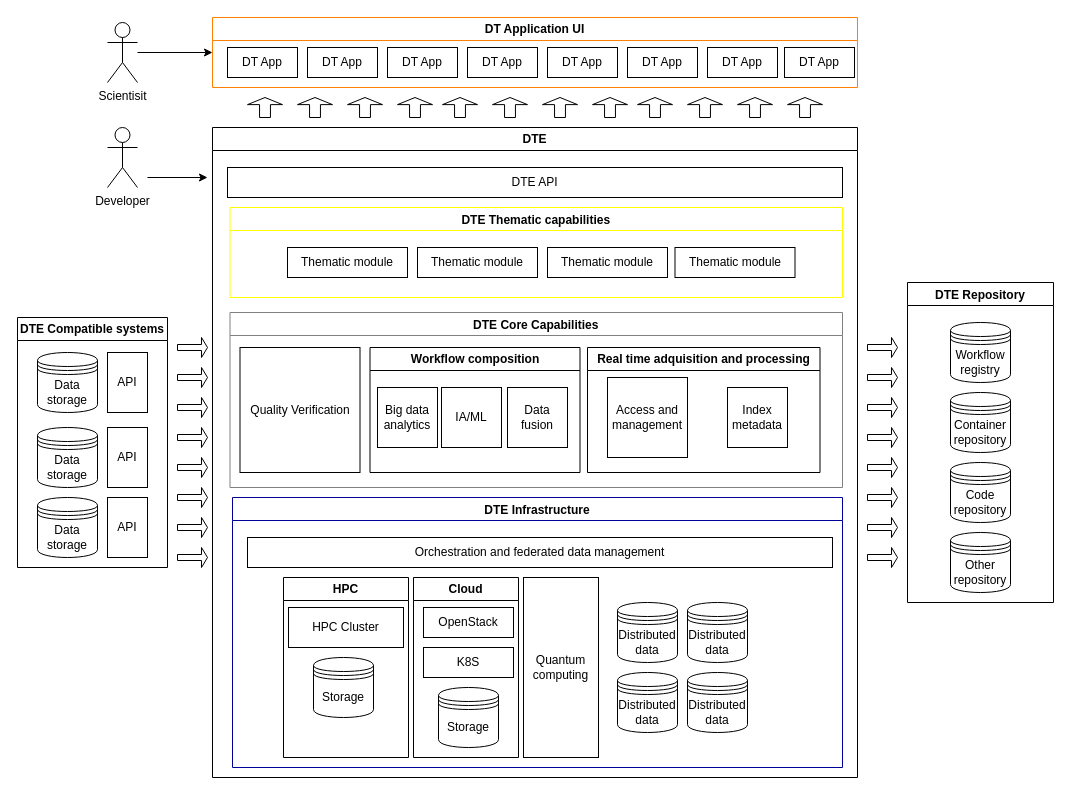
Above: DTE/General.drawio in interTwin-eu/architecture-diagrams (draw.io), before the change. Source tidied: cells renumbered, new cells numbered last; positions are measured from the earlier drawing's top-left corner, leaving out a move shared by most shapes. Both pictures are drawn from the tidied source at 100%, with x=0, y=0 at pixel (17, 17).
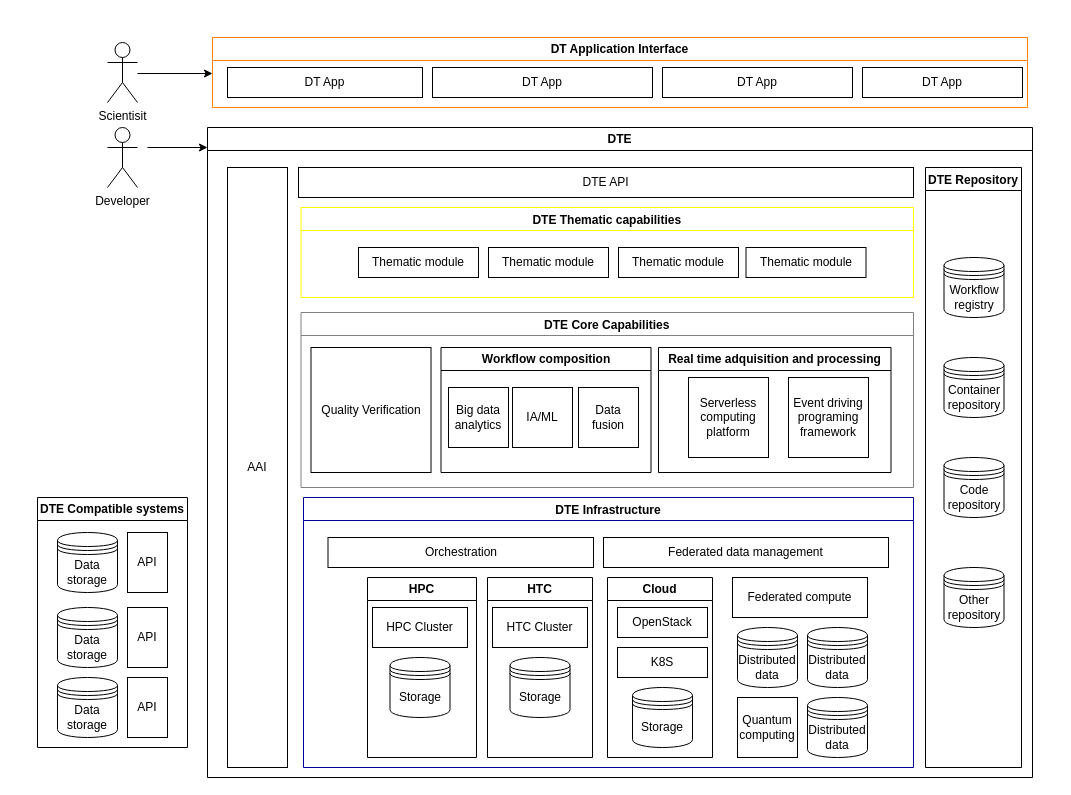
The same page after the edit.

Commit message:
general view

The change refers to these unchanged cells:
```xml
<mxCell id="26" value="Real time adquisition and processing" style="swimlane;whiteSpace=wrap;html=1;" parent="20" vertex="1">
  <mxGeometry x="357.5" y="35" width="232.5" height="125" as="geometry" />
</mxCell>
```

Diff of the diagram source:
```diff
@@
-    <mxCell id="2" value="DT Application UI" style="swimlane;whiteSpace=wrap;html=1;strokeColor=#FF8000;" parent="1" vertex="1">
-      <mxGeometry x="195" width="645" height="70" as="geometry" />
+    <mxCell id="2" value="DT Application Interface" style="swimlane;whiteSpace=wrap;html=1;strokeColor=#FF8000;" parent="1" vertex="1">
+      <mxGeometry x="195" y="20" width="815" height="70" as="geometry" />
     </mxCell>
-    <mxCell id="3" value="DT App" style="rounded=0;whiteSpace=wrap;html=1;" parent="2" vertex="1">
-      <mxGeometry x="15" y="30" width="70" height="30" as="geometry" />
-    </mxCell>
-    <mxCell id="4" value="DT App" style="rounded=0;whiteSpace=wrap;html=1;" parent="2" vertex="1">
-      <mxGeometry x="95" y="30" width="70" height="30" as="geometry" />
-    </mxCell>
-    <mxCell id="5" value="DT App" style="rounded=0;whiteSpace=wrap;html=1;" parent="2" vertex="1">
-      <mxGeometry x="175" y="30" width="70" height="30" as="geometry" />
-    </mxCell>
-    <mxCell id="6" value="DT App" style="rounded=0;whiteSpace=wrap;html=1;" parent="2" vertex="1">
-      <mxGeometry x="255" y="30" width="70" height="30" as="geometry" />
-    </mxCell>
-    <mxCell id="7" value="DT App" style="rounded=0;whiteSpace=wrap;html=1;" parent="2" vertex="1">
-      <mxGeometry x="335" y="30" width="70" height="30" as="geometry" />
-    </mxCell>
-    <mxCell id="8" value="DT App" style="rounded=0;whiteSpace=wrap;html=1;" parent="2" vertex="1">
-      <mxGeometry x="415" y="30" width="70" height="30" as="geometry" />
-    </mxCell>
-    <mxCell id="9" value="DT App" style="rounded=0;whiteSpace=wrap;html=1;" parent="2" vertex="1">
-      <mxGeometry x="495" y="30" width="70" height="30" as="geometry" />
-    </mxCell>
-    <mxCell id="10" value="DT App" style="rounded=0;whiteSpace=wrap;html=1;" parent="2" vertex="1">
-      <mxGeometry x="572" y="30" width="70" height="30" as="geometry" />
-    </mxCell>
+    <mxCell id="85" value="DT App" style="rounded=0;whiteSpace=wrap;html=1;" parent="2" vertex="1">
+      <mxGeometry x="15" y="30" width="195" height="30" as="geometry" />
+    </mxCell>
+    <mxCell id="86" value="DT App" style="rounded=0;whiteSpace=wrap;html=1;" parent="2" vertex="1">
+      <mxGeometry x="220" y="30" width="220" height="30" as="geometry" />
+    </mxCell>
+    <mxCell id="87" value="DT App" style="rounded=0;whiteSpace=wrap;html=1;" parent="2" vertex="1">
+      <mxGeometry x="450" y="30" width="190" height="30" as="geometry" />
+    </mxCell>
+    <mxCell id="88" value="DT App" style="rounded=0;whiteSpace=wrap;html=1;" parent="2" vertex="1">
+      <mxGeometry x="650" y="30" width="160" height="30" as="geometry" />
+    </mxCell>
     <mxCell id="11" value="Scientisit" style="shape=umlActor;verticalLabelPosition=bottom;verticalAlign=top;html=1;outlineConnect=0;" parent="1" vertex="1">
-      <mxGeometry x="90" y="5" width="30" height="60" as="geometry" />
+      <mxGeometry x="90" y="25" width="30" height="60" as="geometry" />
     </mxCell>
-    <mxCell id="12" style="endArrow=classic;html=1;rounded=0;entryX=0;entryY=0.5;entryDx=0;entryDy=0;" parent="1" edge="1" source="11" target="2">
-      <mxGeometry relative="1" as="geometry" />
+    <mxCell id="12" style="endArrow=classic;html=1;rounded=0;entryX=0;entryY=0.5;entryDx=0;entryDy=0;" parent="1" edge="1">
+      <mxGeometry relative="1" as="geometry">
+        <mxPoint x="120" y="56" as="sourcePoint" />
+        <mxPoint x="195" y="56" as="targetPoint" />
+      </mxGeometry>
     </mxCell>
     <mxCell id="13" value="DTE" style="swimlane;whiteSpace=wrap;html=1;" parent="1" vertex="1">
-      <mxGeometry x="195" y="110" width="645" height="650" as="geometry" />
+      <mxGeometry x="190" y="110" width="825" height="650" as="geometry" />
     </mxCell>
     <mxCell id="14" value="DTE API" style="rounded=0;whiteSpace=wrap;html=1;" parent="13" vertex="1">
-      <mxGeometry x="15" y="40" width="615" height="30" as="geometry" />
+      <mxGeometry x="91" y="40" width="615" height="30" as="geometry" />
     </mxCell>
     <mxCell id="15" value="DTE Thematic capabilities" style="swimlane;strokeColor=#FFFF00;" parent="13" vertex="1">
-      <mxGeometry x="17.5" y="80" width="612.5" height="90" as="geometry" />
+      <mxGeometry x="93.5" y="80" width="612.5" height="90" as="geometry" />
     </mxCell>
@@
     <mxCell id="20" value="DTE Core Capabilities" style="swimlane;strokeColor=#808080;" parent="13" vertex="1">
-      <mxGeometry x="17.5" y="185" width="612.5" height="175" as="geometry" />
+      <mxGeometry x="93.5" y="185" width="612.5" height="175" as="geometry" />
     </mxCell>
@@
-    <mxCell id="27" value="Access and management" style="whiteSpace=wrap;html=1;" parent="26" vertex="1">
-      <mxGeometry x="20" y="30" width="80" height="80" as="geometry" />
+    <mxCell id="27" value="Serverless computing platform" style="whiteSpace=wrap;html=1;" parent="26" vertex="1">
+      <mxGeometry x="30" y="30" width="80" height="80" as="geometry" />
     </mxCell>
-    <mxCell id="28" value="Index metadata" style="whiteSpace=wrap;html=1;" parent="26" vertex="1">
-      <mxGeometry x="140" y="40" width="60" height="60" as="geometry" />
+    <mxCell id="28" value="Event driving programing framework" style="whiteSpace=wrap;html=1;" parent="26" vertex="1">
+      <mxGeometry x="130" y="30" width="80" height="80" as="geometry" />
     </mxCell>
     <mxCell id="29" value="DTE Infrastructure" style="swimlane;strokeColor=#000099;" parent="13" vertex="1">
-      <mxGeometry x="20" y="370" width="610" height="270" as="geometry" />
+      <mxGeometry x="96" y="370" width="610" height="270" as="geometry" />
     </mxCell>
     <mxCell id="30" value="HPC" style="swimlane;whiteSpace=wrap;html=1;" parent="29" vertex="1">
-      <mxGeometry x="51" y="80" width="125" height="180" as="geometry" />
+      <mxGeometry x="64" y="80" width="109" height="180" as="geometry" />
     </mxCell>
     <mxCell id="31" value="Storage" style="shape=datastore;whiteSpace=wrap;html=1;" parent="30" vertex="1">
-      <mxGeometry x="30" y="80" width="60" height="60" as="geometry" />
+      <mxGeometry x="22.5" y="80" width="60" height="60" as="geometry" />
     </mxCell>
     <mxCell id="32" value="HPC Cluster" style="rounded=0;whiteSpace=wrap;html=1;" parent="30" vertex="1">
-      <mxGeometry x="5" y="30" width="115" height="40" as="geometry" />
+      <mxGeometry x="5" y="30" width="95" height="40" as="geometry" />
     </mxCell>
+    <mxCell id="37" value="Orchestration" style="rounded=0;whiteSpace=wrap;html=1;" parent="29" vertex="1">
+      <mxGeometry x="24.5" y="40" width="265.5" height="30" as="geometry" />
+    </mxCell>
+    <mxCell id="38" value="Quantum&lt;br&gt;computing" style="rounded=0;whiteSpace=wrap;html=1;" parent="29" vertex="1">
+      <mxGeometry x="434" y="200" width="60" height="60" as="geometry" />
+    </mxCell>
+    <mxCell id="39" value="Distributed data" style="shape=datastore;whiteSpace=wrap;html=1;" parent="29" vertex="1">
+      <mxGeometry x="434" y="130" width="60" height="60" as="geometry" />
+    </mxCell>
+    <mxCell id="40" value="Distributed data" style="shape=datastore;whiteSpace=wrap;html=1;" parent="29" vertex="1">
+      <mxGeometry x="504" y="130" width="60" height="60" as="geometry" />
+    </mxCell>
+    <mxCell id="42" value="Distributed data" style="shape=datastore;whiteSpace=wrap;html=1;" parent="29" vertex="1">
+      <mxGeometry x="504" y="200" width="60" height="60" as="geometry" />
+    </mxCell>
+    <mxCell id="89" value="HTC" style="swimlane;whiteSpace=wrap;html=1;startSize=23;" parent="29" vertex="1">
+      <mxGeometry x="184" y="80" width="105" height="180" as="geometry" />
+    </mxCell>
+    <mxCell id="90" value="Storage" style="shape=datastore;whiteSpace=wrap;html=1;" parent="89" vertex="1">
+      <mxGeometry x="22.5" y="80" width="60" height="60" as="geometry" />
+    </mxCell>
+    <mxCell id="91" value="HTC Cluster" style="rounded=0;whiteSpace=wrap;html=1;" parent="89" vertex="1">
+      <mxGeometry x="5" y="30" width="95" height="40" as="geometry" />
+    </mxCell>
     <mxCell id="33" value="Cloud" style="swimlane;whiteSpace=wrap;html=1;" parent="29" vertex="1">
-      <mxGeometry x="181" y="80" width="105" height="180" as="geometry" />
+      <mxGeometry x="304" y="80" width="105" height="180" as="geometry" />
     </mxCell>
@@
-    <mxCell id="37" value="Orchestration and federated data management" style="rounded=0;whiteSpace=wrap;html=1;" parent="29" vertex="1">
-      <mxGeometry x="15" y="40" width="585" height="30" as="geometry" />
-    </mxCell>
-    <mxCell id="38" value="Quantum&lt;br&gt;computing" style="rounded=0;whiteSpace=wrap;html=1;" parent="29" vertex="1">
-      <mxGeometry x="291" y="80" width="75" height="180" as="geometry" />
-    </mxCell>
-    <mxCell id="39" value="Distributed data" style="shape=datastore;whiteSpace=wrap;html=1;" parent="29" vertex="1">
-      <mxGeometry x="385" y="105" width="60" height="60" as="geometry" />
-    </mxCell>
-    <mxCell id="40" value="Distributed data" style="shape=datastore;whiteSpace=wrap;html=1;" parent="29" vertex="1">
-      <mxGeometry x="455" y="105" width="60" height="60" as="geometry" />
-    </mxCell>
-    <mxCell id="41" value="Distributed data" style="shape=datastore;whiteSpace=wrap;html=1;" parent="29" vertex="1">
-      <mxGeometry x="385" y="175" width="60" height="60" as="geometry" />
-    </mxCell>
-    <mxCell id="42" value="Distributed data" style="shape=datastore;whiteSpace=wrap;html=1;" parent="29" vertex="1">
-      <mxGeometry x="455" y="175" width="60" height="60" as="geometry" />
-    </mxCell>
+    <mxCell id="92" value="Federated data management" style="rounded=0;whiteSpace=wrap;html=1;" parent="29" vertex="1">
+      <mxGeometry x="300" y="40" width="285" height="30" as="geometry" />
+    </mxCell>
+    <mxCell id="93" value="Federated compute" style="rounded=0;whiteSpace=wrap;html=1;" parent="29" vertex="1">
+      <mxGeometry x="429" y="80" width="135" height="40" as="geometry" />
+    </mxCell>
+    <mxCell id="50" value="DTE Repository" style="swimlane;" parent="13" vertex="1">
+      <mxGeometry x="718" y="40" width="96" height="600" as="geometry" />
+    </mxCell>
+    <mxCell id="51" value="Workflow registry" style="shape=datastore;whiteSpace=wrap;html=1;" parent="50" vertex="1">
+      <mxGeometry x="18.5" y="90" width="60" height="60" as="geometry" />
+    </mxCell>
+    <mxCell id="52" value="Container repository" style="shape=datastore;whiteSpace=wrap;html=1;" parent="50" vertex="1">
+      <mxGeometry x="18.5" y="190" width="60" height="60" as="geometry" />
+    </mxCell>
+    <mxCell id="53" value="Code repository" style="shape=datastore;whiteSpace=wrap;html=1;" parent="50" vertex="1">
+      <mxGeometry x="18.5" y="290" width="60" height="60" as="geometry" />
+    </mxCell>
+    <mxCell id="54" value="Other repository" style="shape=datastore;whiteSpace=wrap;html=1;" parent="50" vertex="1">
+      <mxGeometry x="18.5" y="400" width="60" height="60" as="geometry" />
+    </mxCell>
+    <mxCell id="94" value="AAI" style="rounded=0;whiteSpace=wrap;html=1;" parent="13" vertex="1">
+      <mxGeometry x="20" y="40" width="60" height="600" as="geometry" />
+    </mxCell>
     <mxCell id="43" value="DTE Compatible systems" style="swimlane;whiteSpace=wrap;html=1;" parent="1" vertex="1">
-      <mxGeometry y="300" width="150" height="250" as="geometry" />
+      <mxGeometry x="20" y="480" width="150" height="250" as="geometry" />
     </mxCell>
@@
-    <mxCell id="50" value="DTE Repository" style="swimlane;" parent="1" vertex="1">
-      <mxGeometry x="890" y="265" width="146" height="320" as="geometry" />
-    </mxCell>
-    <mxCell id="51" value="Workflow registry" style="shape=datastore;whiteSpace=wrap;html=1;" parent="50" vertex="1">
-      <mxGeometry x="43" y="40" width="60" height="60" as="geometry" />
-    </mxCell>
-    <mxCell id="52" value="Container repository" style="shape=datastore;whiteSpace=wrap;html=1;" parent="50" vertex="1">
-      <mxGeometry x="43" y="110" width="60" height="60" as="geometry" />
-    </mxCell>
-    <mxCell id="53" value="Code repository" style="shape=datastore;whiteSpace=wrap;html=1;" parent="50" vertex="1">
-      <mxGeometry x="43" y="180" width="60" height="60" as="geometry" />
-    </mxCell>
-    <mxCell id="54" value="Other repository" style="shape=datastore;whiteSpace=wrap;html=1;" parent="50" vertex="1">
-      <mxGeometry x="43" y="250" width="60" height="60" as="geometry" />
-    </mxCell>
@@
     <mxCell id="56" style="endArrow=classic;html=1;rounded=0;" parent="1" edge="1">
       <mxGeometry relative="1" as="geometry">
-        <mxPoint x="130" y="160" as="sourcePoint" />
-        <mxPoint x="190" y="160" as="targetPoint" />
+        <mxPoint x="130" y="130" as="sourcePoint" />
+        <mxPoint x="190" y="130" as="targetPoint" />
       </mxGeometry>
     </mxCell>
-    <mxCell id="57" style="shape=singleArrow;direction=north;whiteSpace=wrap;html=1;arrowWidth=0.31092436974788595;arrowSize=0.3558823529411711;" parent="1" vertex="1">
-      <mxGeometry x="230" y="80" width="35" height="20" as="geometry" />
-    </mxCell>
-    <mxCell id="58" style="shape=singleArrow;direction=north;whiteSpace=wrap;html=1;arrowWidth=0.31092436974788595;arrowSize=0.3558823529411711;" parent="1" vertex="1">
-      <mxGeometry x="280" y="80" width="35" height="20" as="geometry" />
-    </mxCell>
-    <mxCell id="59" style="shape=singleArrow;direction=north;whiteSpace=wrap;html=1;arrowWidth=0.31092436974788595;arrowSize=0.3558823529411711;" parent="1" vertex="1">
-      <mxGeometry x="330" y="80" width="35" height="20" as="geometry" />
-    </mxCell>
-    <mxCell id="60" style="shape=singleArrow;direction=north;whiteSpace=wrap;html=1;arrowWidth=0.31092436974788595;arrowSize=0.3558823529411711;" parent="1" vertex="1">
-      <mxGeometry x="380" y="80" width="35" height="20" as="geometry" />
-    </mxCell>
-    <mxCell id="61" style="shape=singleArrow;direction=north;whiteSpace=wrap;html=1;arrowWidth=0.31092436974788595;arrowSize=0.3558823529411711;" parent="1" vertex="1">
-      <mxGeometry x="425" y="80" width="35" height="20" as="geometry" />
-    </mxCell>
-    <mxCell id="62" style="shape=singleArrow;direction=north;whiteSpace=wrap;html=1;arrowWidth=0.31092436974788595;arrowSize=0.3558823529411711;" parent="1" vertex="1">
-      <mxGeometry x="475" y="80" width="35" height="20" as="geometry" />
-    </mxCell>
-    <mxCell id="63" style="shape=singleArrow;direction=north;whiteSpace=wrap;html=1;arrowWidth=0.31092436974788595;arrowSize=0.3558823529411711;" parent="1" vertex="1">
-      <mxGeometry x="525" y="80" width="35" height="20" as="geometry" />
-    </mxCell>
-    <mxCell id="64" style="shape=singleArrow;direction=north;whiteSpace=wrap;html=1;arrowWidth=0.31092436974788595;arrowSize=0.3558823529411711;" parent="1" vertex="1">
-      <mxGeometry x="575" y="80" width="35" height="20" as="geometry" />
-    </mxCell>
-    <mxCell id="65" style="shape=singleArrow;direction=north;whiteSpace=wrap;html=1;arrowWidth=0.31092436974788595;arrowSize=0.3558823529411711;" parent="1" vertex="1">
-      <mxGeometry x="620" y="80" width="35" height="20" as="geometry" />
-    </mxCell>
-    <mxCell id="66" style="shape=singleArrow;direction=north;whiteSpace=wrap;html=1;arrowWidth=0.31092436974788595;arrowSize=0.3558823529411711;" parent="1" vertex="1">
-      <mxGeometry x="670" y="80" width="35" height="20" as="geometry" />
-    </mxCell>
-    <mxCell id="67" style="shape=singleArrow;direction=north;whiteSpace=wrap;html=1;arrowWidth=0.31092436974788595;arrowSize=0.3558823529411711;" parent="1" vertex="1">
-      <mxGeometry x="720" y="80" width="35" height="20" as="geometry" />
-    </mxCell>
-    <mxCell id="68" style="shape=singleArrow;direction=north;whiteSpace=wrap;html=1;arrowWidth=0.31092436974788595;arrowSize=0.3558823529411711;" parent="1" vertex="1">
-      <mxGeometry x="770" y="80" width="35" height="20" as="geometry" />
-    </mxCell>
-    <mxCell id="69" style="shape=singleArrow;whiteSpace=wrap;html=1;" parent="1" vertex="1">
-      <mxGeometry x="160" y="320" width="30" height="20" as="geometry" />
-    </mxCell>
-    <mxCell id="70" style="shape=singleArrow;whiteSpace=wrap;html=1;" parent="1" vertex="1">
-      <mxGeometry x="160" y="350" width="30" height="20" as="geometry" />
-    </mxCell>
-    <mxCell id="71" style="shape=singleArrow;whiteSpace=wrap;html=1;" parent="1" vertex="1">
-      <mxGeometry x="160" y="380" width="30" height="20" as="geometry" />
-    </mxCell>
-    <mxCell id="72" style="shape=singleArrow;whiteSpace=wrap;html=1;" parent="1" vertex="1">
-      <mxGeometry x="160" y="410" width="30" height="20" as="geometry" />
-    </mxCell>
-    <mxCell id="73" style="shape=singleArrow;whiteSpace=wrap;html=1;" parent="1" vertex="1">
-      <mxGeometry x="160" y="440" width="30" height="20" as="geometry" />
-    </mxCell>
-    <mxCell id="74" style="shape=singleArrow;whiteSpace=wrap;html=1;" parent="1" vertex="1">
-      <mxGeometry x="160" y="470" width="30" height="20" as="geometry" />
-    </mxCell>
-    <mxCell id="75" style="shape=singleArrow;whiteSpace=wrap;html=1;" parent="1" vertex="1">
-      <mxGeometry x="160" y="500" width="30" height="20" as="geometry" />
-    </mxCell>
-    <mxCell id="76" style="shape=singleArrow;whiteSpace=wrap;html=1;" parent="1" vertex="1">
-      <mxGeometry x="160" y="530" width="30" height="20" as="geometry" />
-    </mxCell>
-    <mxCell id="77" style="shape=singleArrow;whiteSpace=wrap;html=1;" parent="1" vertex="1">
-      <mxGeometry x="850" y="320" width="30" height="20" as="geometry" />
-    </mxCell>
-    <mxCell id="78" style="shape=singleArrow;whiteSpace=wrap;html=1;" parent="1" vertex="1">
-      <mxGeometry x="850" y="350" width="30" height="20" as="geometry" />
-    </mxCell>
-    <mxCell id="79" style="shape=singleArrow;whiteSpace=wrap;html=1;" parent="1" vertex="1">
-      <mxGeometry x="850" y="380" width="30" height="20" as="geometry" />
-    </mxCell>
-    <mxCell id="80" style="shape=singleArrow;whiteSpace=wrap;html=1;" parent="1" vertex="1">
-      <mxGeometry x="850" y="410" width="30" height="20" as="geometry" />
-    </mxCell>
-    <mxCell id="81" style="shape=singleArrow;whiteSpace=wrap;html=1;" parent="1" vertex="1">
-      <mxGeometry x="850" y="440" width="30" height="20" as="geometry" />
-    </mxCell>
-    <mxCell id="82" style="shape=singleArrow;whiteSpace=wrap;html=1;" parent="1" vertex="1">
-      <mxGeometry x="850" y="470" width="30" height="20" as="geometry" />
-    </mxCell>
-    <mxCell id="83" style="shape=singleArrow;whiteSpace=wrap;html=1;" parent="1" vertex="1">
-      <mxGeometry x="850" y="500" width="30" height="20" as="geometry" />
-    </mxCell>
-    <mxCell id="84" style="shape=singleArrow;whiteSpace=wrap;html=1;" parent="1" vertex="1">
-      <mxGeometry x="850" y="530" width="30" height="20" as="geometry" />
-    </mxCell>
```
